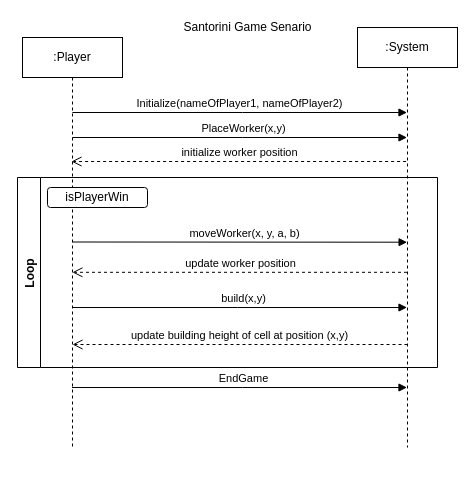
This is Sequence Diagram.drawio from RozayC/test, a draw.io file, before an edit. Source tidied: cells renumbered, new cells numbered last; positions are measured from the earlier drawing's top-left corner, leaving out a move shared by most shapes. Both pictures are drawn from the tidied source at 100%, with x=0, y=0 at pixel (17, 17).
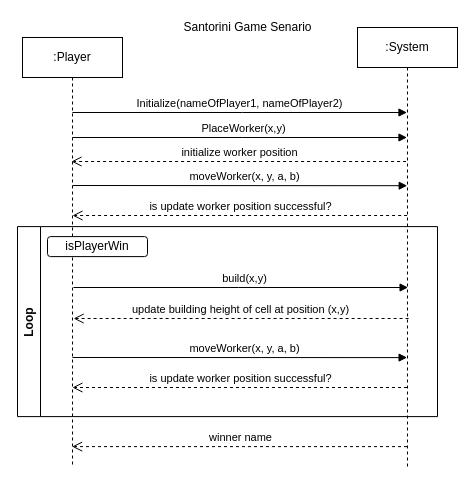
Above is the later version.

What changed in the source:
```diff
@@
     <mxCell id="2" value=":Player" style="shape=umlLifeline;perimeter=lifelinePerimeter;whiteSpace=wrap;html=1;outlineConnect=0;portConstraint=eastwest;newEdgeStyle={&quot;edgeStyle&quot;:&quot;elbowEdgeStyle&quot;,&quot;elbow&quot;:&quot;vertical&quot;,&quot;curved&quot;:0,&quot;rounded&quot;:0};" parent="1" vertex="1">
-      <mxGeometry x="5" y="20" width="100" height="410" as="geometry" />
+      <mxGeometry x="5" y="20" width="100" height="430" as="geometry" />
     </mxCell>
     <mxCell id="3" value=":System" style="shape=umlLifeline;perimeter=lifelinePerimeter;whiteSpace=wrap;html=1;outlineConnect=0;portConstraint=eastwest;newEdgeStyle={&quot;edgeStyle&quot;:&quot;elbowEdgeStyle&quot;,&quot;elbow&quot;:&quot;vertical&quot;,&quot;curved&quot;:0,&quot;rounded&quot;:0};" parent="1" vertex="1">
-      <mxGeometry x="340" y="10" width="100" height="420" as="geometry" />
+      <mxGeometry x="340" y="10" width="100" height="440" as="geometry" />
     </mxCell>
@@
     <mxCell id="7" value="Loop" style="swimlane;horizontal=0;" parent="1" vertex="1">
-      <mxGeometry y="160" width="420" height="190" as="geometry" />
+      <mxGeometry y="209.1" width="420" height="190" as="geometry" />
     </mxCell>
@@
     <mxCell id="9" value="moveWorker(x, y, a, b)" style="html=1;verticalAlign=bottom;endArrow=block;edgeStyle=elbowEdgeStyle;elbow=vertical;curved=0;rounded=0;exitX=0.499;exitY=0.563;exitDx=0;exitDy=0;exitPerimeter=0;" parent="7" edge="1">
       <mxGeometry x="0.03" relative="1" as="geometry">
-        <mxPoint x="55" y="64.5" as="sourcePoint" />
-        <mxPoint x="389.6" y="64.7" as="targetPoint" />
+        <mxPoint x="55" y="130.9" as="sourcePoint" />
+        <mxPoint x="389.6" y="131" as="targetPoint" />
         <Array as="points">
-          <mxPoint x="100.1" y="64.7" />
-          <mxPoint x="90.1" y="64.7" />
-          <mxPoint x="120.1" y="34.7" />
-          <mxPoint x="90.1" y="34.7" />
-          <mxPoint x="340.1" y="4.7" />
-          <mxPoint x="170.1" y="4.7" />
-          <mxPoint x="225.1" y="-5.3" />
+          <mxPoint x="100.1" y="131" />
+          <mxPoint x="90.1" y="131" />
+          <mxPoint x="120.1" y="101" />
+          <mxPoint x="90.1" y="101" />
+          <mxPoint x="340.1" y="71" />
+          <mxPoint x="170.1" y="71" />
+          <mxPoint x="225.1" y="61" />
         </Array>
       </mxGeometry>
     </mxCell>
-    <mxCell id="10" value="update worker position" style="html=1;verticalAlign=bottom;endArrow=open;dashed=1;endSize=8;edgeStyle=elbowEdgeStyle;elbow=vertical;curved=0;rounded=0;" parent="7" edge="1">
+    <mxCell id="10" value="is update worker position successful?" style="html=1;verticalAlign=bottom;endArrow=open;dashed=1;endSize=8;edgeStyle=elbowEdgeStyle;elbow=vertical;curved=0;rounded=0;" parent="7" edge="1">
       <mxGeometry relative="1" as="geometry">
-        <mxPoint x="389.5" y="94.8" as="sourcePoint" />
-        <mxPoint x="54.9" y="94.8" as="targetPoint" />
+        <mxPoint x="389.5" y="160.9" as="sourcePoint" />
+        <mxPoint x="54.9" y="160.9" as="targetPoint" />
         <Array as="points">
-          <mxPoint x="120" y="94.8" />
-          <mxPoint x="320" y="64.8" />
-          <mxPoint x="110" y="64.8" />
-          <mxPoint x="370" y="37.8" />
-          <mxPoint x="170" y="84.8" />
-          <mxPoint x="235" y="84.8" />
+          <mxPoint x="120" y="160.9" />
+          <mxPoint x="320" y="130.9" />
+          <mxPoint x="110" y="130.9" />
+          <mxPoint x="370" y="103.9" />
+          <mxPoint x="170" y="150.9" />
+          <mxPoint x="235" y="150.9" />
         </Array>
       </mxGeometry>
     </mxCell>
     <mxCell id="11" value="build(x,y)" style="html=1;verticalAlign=bottom;endArrow=block;edgeStyle=elbowEdgeStyle;elbow=vertical;curved=0;rounded=0;" parent="7" edge="1">
       <mxGeometry x="0.02" relative="1" as="geometry">
-        <mxPoint x="54.9" y="130" as="sourcePoint" />
-        <mxPoint x="389.5" y="130" as="targetPoint" />
+        <mxPoint x="56" y="60.9" as="sourcePoint" />
+        <mxPoint x="390.6" y="60.9" as="targetPoint" />
         <Array as="points">
-          <mxPoint x="220" y="130" />
+          <mxPoint x="221.1" y="60.9" />
         </Array>
       </mxGeometry>
     </mxCell>
-    <mxCell id="12" value="update building height of cell at position (x,y)" style="html=1;verticalAlign=bottom;endArrow=open;dashed=1;endSize=8;edgeStyle=elbowEdgeStyle;elbow=vertical;curved=0;rounded=0;" parent="1" edge="1">
+    <mxCell id="12" value="update building height of cell at position (x,y)" style="html=1;verticalAlign=bottom;endArrow=open;dashed=1;endSize=8;edgeStyle=elbowEdgeStyle;elbow=vertical;curved=0;rounded=0;" parent="7" edge="1">
       <mxGeometry relative="1" as="geometry">
-        <mxPoint x="390" y="327" as="sourcePoint" />
-        <mxPoint x="55" y="327" as="targetPoint" />
+        <mxPoint x="391.1" y="91.9" as="sourcePoint" />
+        <mxPoint x="56.1" y="91.9" as="targetPoint" />
         <Array as="points">
-          <mxPoint x="360" y="327" />
-          <mxPoint x="360" y="297" />
-          <mxPoint x="370" y="287" />
-          <mxPoint x="170" y="334" />
-          <mxPoint x="235" y="334" />
+          <mxPoint x="361.1" y="91.9" />
+          <mxPoint x="361.1" y="61.9" />
+          <mxPoint x="371.1" y="51.9" />
+          <mxPoint x="171.1" y="98.9" />
+          <mxPoint x="236.1" y="98.9" />
         </Array>
       </mxGeometry>
     </mxCell>
-    <mxCell id="13" value="EndGame" style="html=1;verticalAlign=bottom;endArrow=block;edgeStyle=elbowEdgeStyle;elbow=vertical;curved=0;rounded=0;" parent="1" edge="1" source="2" target="3">
-      <mxGeometry x="0.02" relative="1" as="geometry">
-        <Array as="points">
-          <mxPoint x="225" y="370" />
-        </Array>
-      </mxGeometry>
-    </mxCell>
@@
+    <mxCell id="15" value="winner name" style="html=1;verticalAlign=bottom;endArrow=open;dashed=1;endSize=8;edgeStyle=elbowEdgeStyle;elbow=vertical;curved=0;rounded=0;" parent="1" edge="1">
+      <mxGeometry relative="1" as="geometry">
+        <mxPoint x="389.5" y="429.1" as="sourcePoint" />
+        <mxPoint x="54.6" y="429.1" as="targetPoint" />
+        <Array as="points">
+          <mxPoint x="170" y="429.1" />
+          <mxPoint x="225" y="449.1" />
+          <mxPoint x="175" y="439.1" />
+          <mxPoint x="110.1" y="429.1" />
+          <mxPoint x="310.1" y="399.1" />
+          <mxPoint x="100.1" y="399.1" />
+          <mxPoint x="360.1" y="372.1" />
+          <mxPoint x="160.1" y="419.1" />
+          <mxPoint x="225.1" y="419.1" />
+        </Array>
+      </mxGeometry>
+    </mxCell>
+    <mxCell id="16" value="moveWorker(x, y, a, b)" style="html=1;verticalAlign=bottom;endArrow=block;edgeStyle=elbowEdgeStyle;elbow=vertical;curved=0;rounded=0;exitX=0.499;exitY=0.563;exitDx=0;exitDy=0;exitPerimeter=0;" parent="1" edge="1">
+      <mxGeometry x="0.03" relative="1" as="geometry">
+        <mxPoint x="55.1" y="168" as="sourcePoint" />
+        <mxPoint x="389.7" y="168.2" as="targetPoint" />
+        <Array as="points">
+          <mxPoint x="100.2" y="168.2" />
+          <mxPoint x="90.2" y="168.2" />
+          <mxPoint x="120.2" y="138.2" />
+          <mxPoint x="90.2" y="138.2" />
+          <mxPoint x="340.2" y="108.2" />
+          <mxPoint x="170.2" y="108.2" />
+          <mxPoint x="225.2" y="98.2" />
+        </Array>
+      </mxGeometry>
+    </mxCell>
+    <mxCell id="17" value="is update worker position successful?" style="html=1;verticalAlign=bottom;endArrow=open;dashed=1;endSize=8;edgeStyle=elbowEdgeStyle;elbow=vertical;curved=0;rounded=0;" parent="1" edge="1">
+      <mxGeometry relative="1" as="geometry">
+        <mxPoint x="389.6" y="198" as="sourcePoint" />
+        <mxPoint x="55" y="198" as="targetPoint" />
+        <Array as="points">
+          <mxPoint x="120.1" y="198" />
+          <mxPoint x="320.1" y="168" />
+          <mxPoint x="110.1" y="168" />
+          <mxPoint x="370.1" y="141" />
+          <mxPoint x="170.1" y="188" />
+          <mxPoint x="235.1" y="188" />
+        </Array>
+      </mxGeometry>
+    </mxCell>
```
